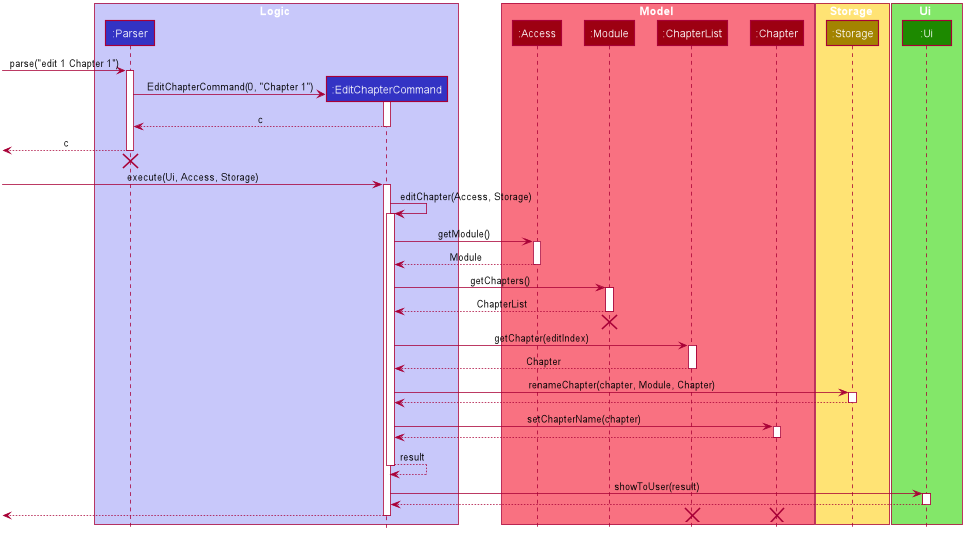
Earlier version of the PlantUML export docs/DG_Images/EditChapterSequenceDiagram.png (nus-cs2113-AY2021S1/tp).
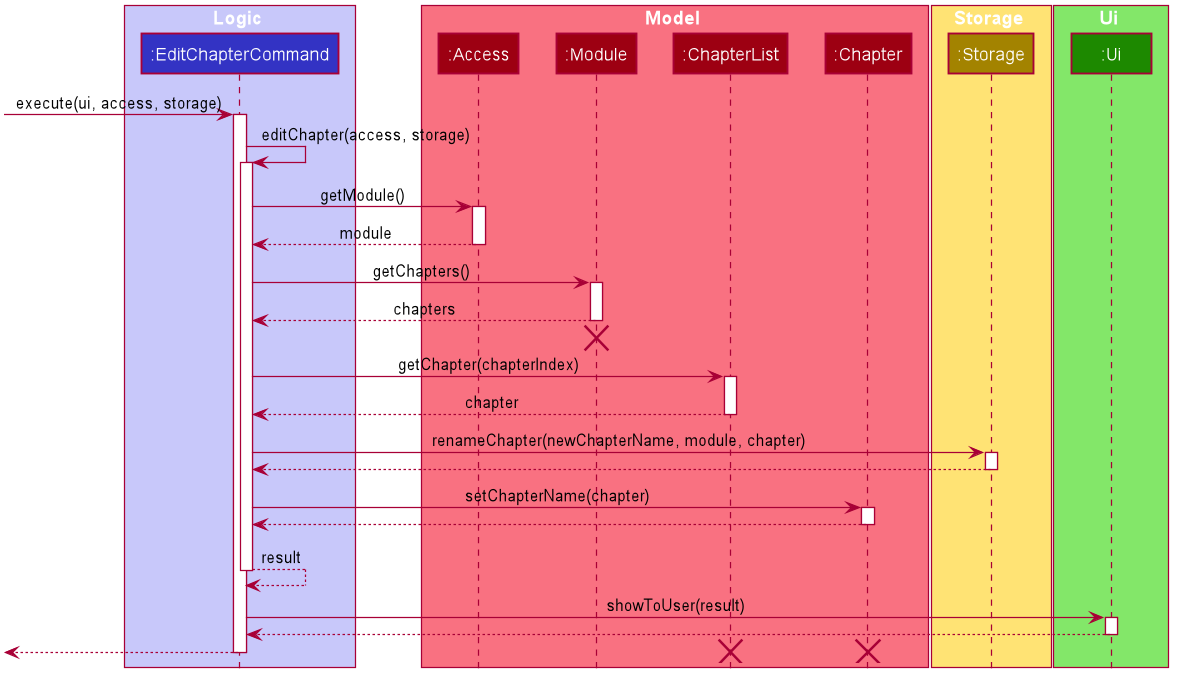
After the change.

Diff of the diagram source:
```diff
@@ -43,13 +43,14 @@
 skinparam Shadowing false
 skinparam DefaultTextAlignment center
 skinparam packageStyle Rectangle
+skinparam classAttributeIconSize 0
+skinparam classAttributeFontColor white
 
 hide footbox
 hide members
 hide circle
 
 box Logic #C8C8FA
-participant ":Parser" as Parser #3333C4
 participant ":EditChapterCommand" as EditChapterCommand #3333C4
 end box
 
@@ -68,48 +69,33 @@
 participant ":Ui" as Ui #1D8900
 end box
 
-[-> Parser : parse("edit 1 Chapter 1")
-activate Parser
-
-create EditChapterCommand
-Parser -> EditChapterCommand : EditChapterCommand(0, "Chapter 1")
+[-> EditChapterCommand : execute(ui, access, storage)
 activate EditChapterCommand
 
-EditChapterCommand --> Parser : c
-deactivate EditChapterCommand
-
-[<-- Parser : c
-deactivate Parser
-[<-[hidden]- Parser
-destroy Parser
-
-[-> EditChapterCommand : execute(Ui, Access, Storage)
-activate EditChapterCommand
-
-EditChapterCommand -> EditChapterCommand : editChapter(Access, Storage)
+EditChapterCommand -> EditChapterCommand : editChapter(access, storage)
 activate EditChapterCommand
 
 EditChapterCommand -> Access : getModule()
 activate Access
 
-Access --> EditChapterCommand : Module
+Access --> EditChapterCommand : module
 deactivate Access
 
 EditChapterCommand -> Module : getChapters()
 activate Module
 
-Module --> EditChapterCommand : ChapterList
+Module --> EditChapterCommand : chapters
 deactivate Module
 [<-[hidden]- EditChapterCommand
 destroy Module
 
-EditChapterCommand -> ChapterList : getChapter(editIndex)
+EditChapterCommand -> ChapterList : getChapter(chapterIndex)
 activate ChapterList
 
-ChapterList --> EditChapterCommand : Chapter
+ChapterList --> EditChapterCommand : chapter
 deactivate ChapterList
 
-EditChapterCommand -> Storage : renameChapter(chapter, Module, Chapter)
+EditChapterCommand -> Storage : renameChapter(newChapterName, module, chapter)
 activate Storage
 
 Storage --> EditChapterCommand
```
